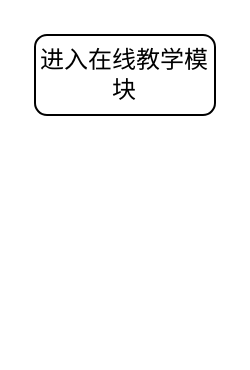
This is liucheng3.drawio from Ekko306/diagrams.net, a draw.io file, before an edit. Source tidied: cells renumbered, new cells numbered last; positions are measured from the earlier drawing's top-left corner, leaving out a move shared by most shapes. Both pictures are drawn from the tidied source at 200%, with x=0, y=0 at pixel (34, 34).
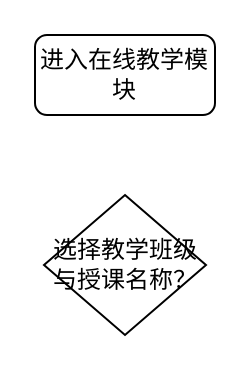
The same page after the edit.

The edit, as a diff of the source:
```diff
@@
 <mxGraphModel>
   <root>
     <mxCell id="0" />
     <mxCell id="1" parent="0" />
     <mxCell id="2" value="进入在线教学模块" style="rounded=1;whiteSpace=wrap;html=1;" parent="1" vertex="1">
       <mxGeometry width="90" height="40" as="geometry" />
     </mxCell>
+    <mxCell id="3" value="选择教学班级与授课名称？" style="rhombus;whiteSpace=wrap;html=1;" parent="1" vertex="1">
+      <mxGeometry x="4.5" y="80" width="81" height="70" as="geometry" />
+    </mxCell>
   </root>
 </mxGraphModel>
```
